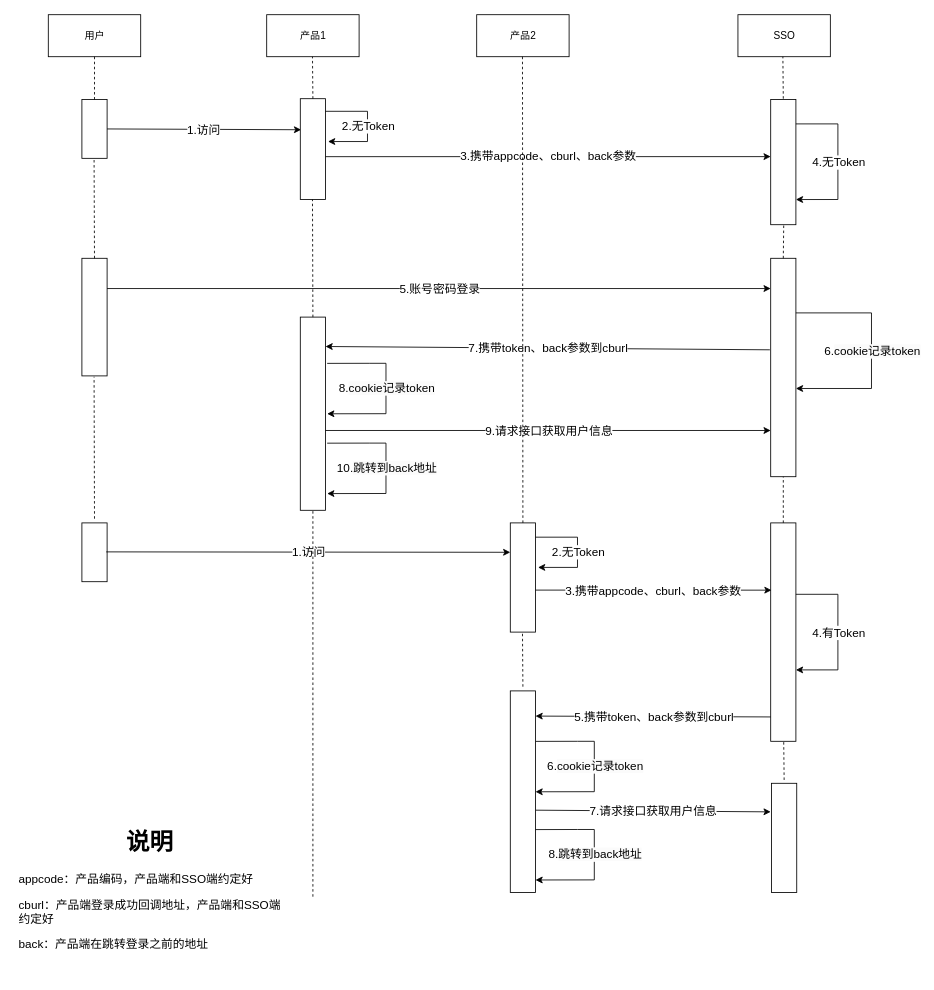
The draw.io diagram Project/SSO.drawio in hao15239129517/drawio, before the edit. Source tidied: cells renumbered, new cells numbered last; positions are measured from the earlier drawing's top-left corner, leaving out a move shared by most shapes. Both pictures are drawn from the tidied source at 84%, with x=0, y=0 at pixel (14, 14).
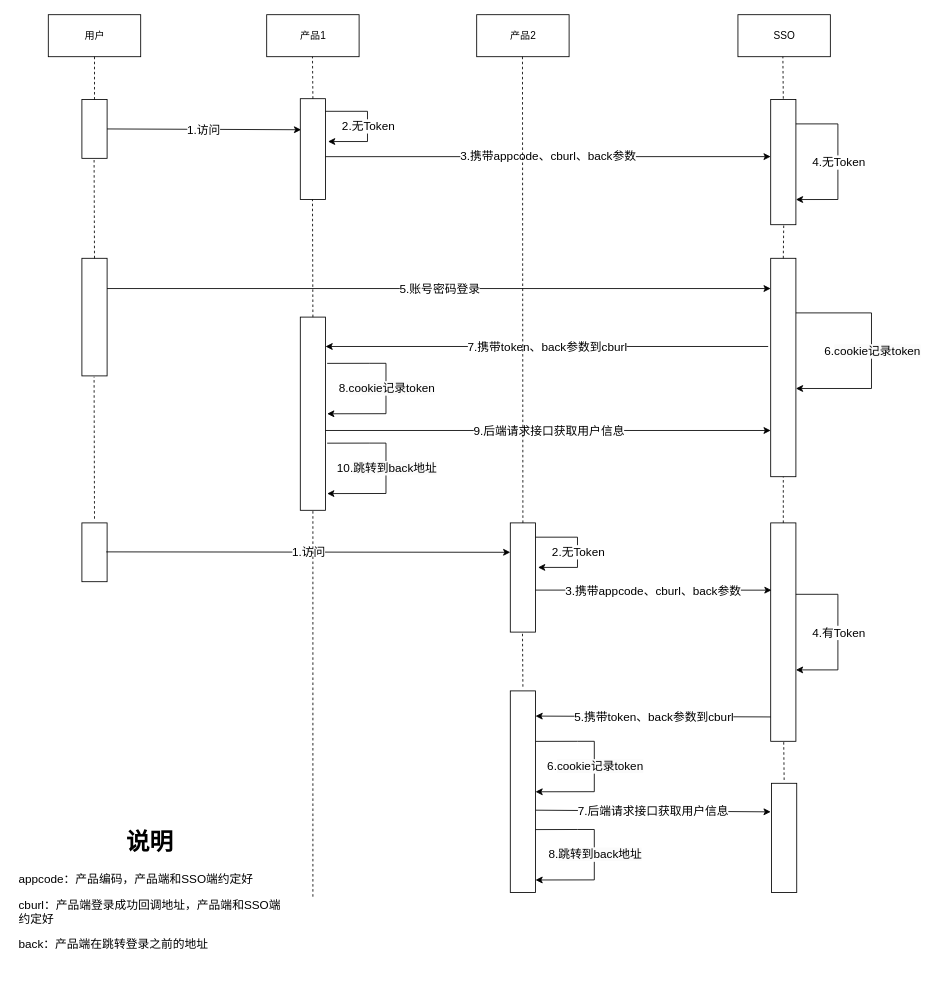
The same diagram, later.

Unchanged cells that the change refers to:
```xml
<mxCell id="17" style="rounded=0;whiteSpace=wrap;html=1;" parent="1" vertex="1">
  <mxGeometry x="900" y="290" width="30" height="260" as="geometry" />
</mxCell>
<mxCell id="23" style="endArrow=classic;html=1;rounded=0;strokeWidth=1;fontSize=14;" parent="1" edge="1">
  <mxGeometry relative="1" as="geometry">
    <mxPoint x="370" y="495" as="sourcePoint" />
    <mxPoint x="900" y="495" as="targetPoint" />
  </mxGeometry>
</mxCell>
<mxCell id="36" style="endArrow=classic;html=1;rounded=0;strokeWidth=1;fontSize=14;entryX=0;entryY=0.923;entryDx=0;entryDy=0;entryPerimeter=0;" parent="1" edge="1">
  <mxGeometry relative="1" as="geometry">
    <mxPoint x="620" y="947" as="sourcePoint" />
    <mxPoint x="900" y="949" as="targetPoint" />
  </mxGeometry>
</mxCell>
```

Diff of the diagram source:
```diff
@@
-    <mxCell id="20" style="endArrow=classic;html=1;rounded=0;strokeWidth=1;fontSize=14;exitX=-0.033;exitY=0.419;exitDx=0;exitDy=0;exitPerimeter=0;" parent="1" edge="1" source="17">
+    <mxCell id="20" style="endArrow=classic;html=1;rounded=0;strokeWidth=1;fontSize=14;" parent="1" edge="1">
       <mxGeometry relative="1" as="geometry">
+        <mxPoint x="897" y="395" as="sourcePoint" />
         <mxPoint x="370" y="395" as="targetPoint" />
       </mxGeometry>
     </mxCell>
@@
-    <mxCell id="24" value="9.请求接口获取用户信息" style="edgeLabel;html=1;align=center;verticalAlign=middle;fontSize=14;rounded=0;" parent="23" vertex="1">
+    <mxCell id="24" value="9.后端请求接口获取用户信息" style="edgeLabel;html=1;align=center;verticalAlign=middle;fontSize=14;rounded=0;" parent="23" vertex="1">
       <mxGeometry relative="1" as="geometry" />
     </mxCell>
@@
-    <mxCell id="37" value="7.请求接口获取用户信息" style="edgeLabel;html=1;align=center;verticalAlign=middle;fontSize=14;rounded=0;" parent="36" vertex="1">
+    <mxCell id="37" value="7.后端请求接口获取用户信息" style="edgeLabel;html=1;align=center;verticalAlign=middle;fontSize=14;rounded=0;" parent="36" vertex="1">
       <mxGeometry relative="1" as="geometry" />
     </mxCell>
```
